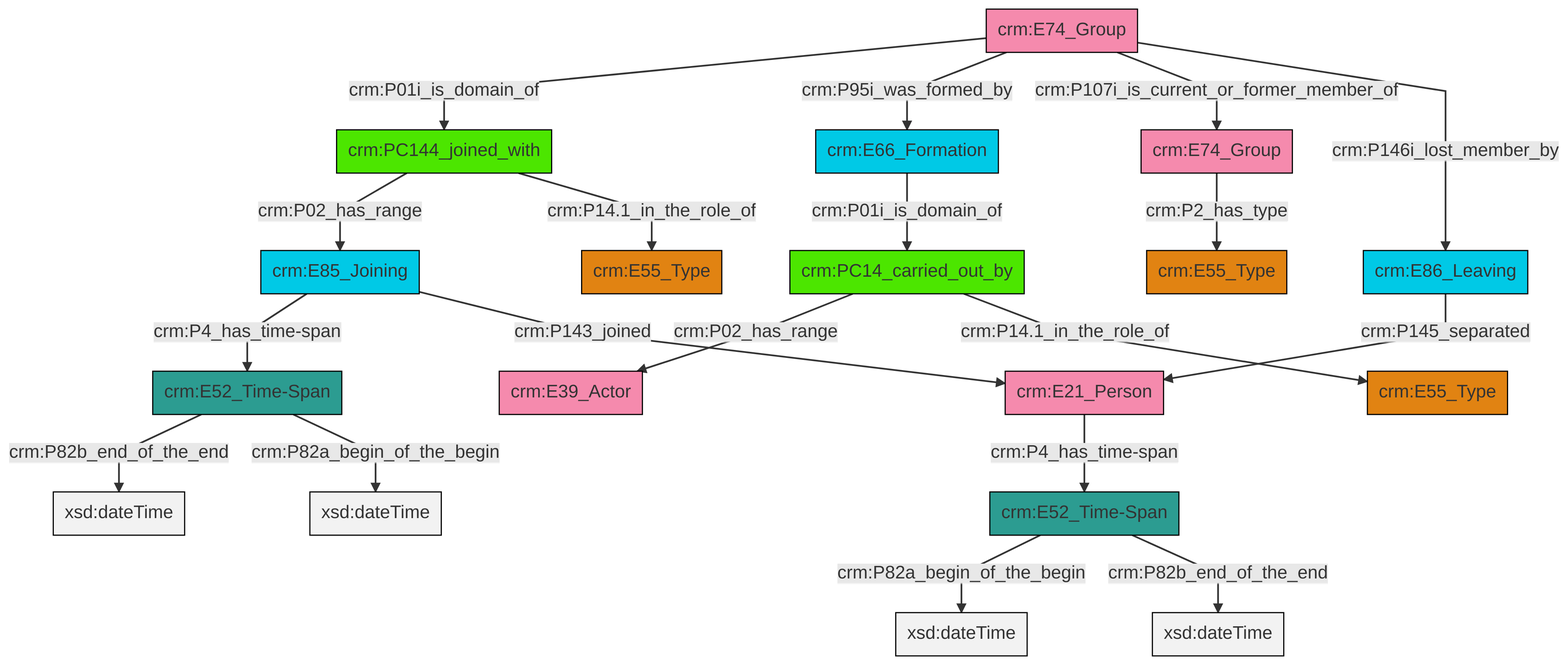
The Mermaid diagram et/groupCSV/ttl/mmd/png/group_actor_relations.png in swiss-art-research-net/docs.swissartresearch, before a commit. Its source is kept beside it as et/groupCSV/ttl/mmd/group_actor_relations.ttl.mmd. Its diagram source:
```mermaid
graph TD
classDef Literal fill:#f2f2f2,stroke:#000000;
classDef CRM_Entity fill:#FFFFFF,stroke:#000000;
classDef Temporal_Entity fill:#00C9E6, stroke:#000000;
classDef Type fill:#E18312, stroke:#000000;
classDef Time-Span fill:#2C9C91, stroke:#000000;
classDef Appellation fill:#FFEB7F, stroke:#000000;
classDef Place fill:#008836, stroke:#000000;
classDef Persistent_Item fill:#B266B2, stroke:#000000;
classDef Conceptual_Object fill:#FFD700, stroke:#000000;
classDef Physical_Thing fill:#D2B48C, stroke:#000000;
classDef Actor fill:#f58aad, stroke:#000000;
classDef PC_Classes fill:#4ce600, stroke:#000000;
classDef Multi fill:#cccccc,stroke:#000000;

2["crm:E21_Person"]:::Actor -->|crm:P4_has_time-span| 3["crm:E52_Time-Span"]:::Time-Span
4["crm:E74_Group"]:::Actor -->|crm:P01i_is_domain_of| 5["crm:PC144_joined_with"]:::PC_Classes
14["crm:E85_Joining"]:::Temporal_Entity -->|crm:P4_has_time-span| 15["crm:E52_Time-Span"]:::Time-Span
4["crm:E74_Group"]:::Actor -->|crm:P95i_was_formed_by| 18["crm:E66_Formation"]:::Temporal_Entity
15["crm:E52_Time-Span"]:::Time-Span -->|crm:P82b_end_of_the_end| 20[xsd:dateTime]:::Literal
12["crm:E86_Leaving"]:::Temporal_Entity -->|crm:P145_separated| 2["crm:E21_Person"]:::Actor
6["crm:PC14_carried_out_by"]:::PC_Classes -->|crm:P02_has_range| 8["crm:E39_Actor"]:::Actor
3["crm:E52_Time-Span"]:::Time-Span -->|crm:P82a_begin_of_the_begin| 22[xsd:dateTime]:::Literal
6["crm:PC14_carried_out_by"]:::PC_Classes -->|crm:P14.1_in_the_role_of| 0["crm:E55_Type"]:::Type
24["crm:E74_Group"]:::Actor -->|crm:P2_has_type| 25["crm:E55_Type"]:::Type
15["crm:E52_Time-Span"]:::Time-Span -->|crm:P82a_begin_of_the_begin| 28[xsd:dateTime]:::Literal
3["crm:E52_Time-Span"]:::Time-Span -->|crm:P82b_end_of_the_end| 29[xsd:dateTime]:::Literal
4["crm:E74_Group"]:::Actor -->|crm:P107i_is_current_or_former_member_of| 24["crm:E74_Group"]:::Actor
18["crm:E66_Formation"]:::Temporal_Entity -->|crm:P01i_is_domain_of| 6["crm:PC14_carried_out_by"]:::PC_Classes
5["crm:PC144_joined_with"]:::PC_Classes -->|crm:P02_has_range| 14["crm:E85_Joining"]:::Temporal_Entity
4["crm:E74_Group"]:::Actor -->|crm:P146i_lost_member_by| 12["crm:E86_Leaving"]:::Temporal_Entity
14["crm:E85_Joining"]:::Temporal_Entity -->|crm:P143_joined| 2["crm:E21_Person"]:::Actor
5["crm:PC144_joined_with"]:::PC_Classes -->|crm:P14.1_in_the_role_of| 10["crm:E55_Type"]:::Type
```
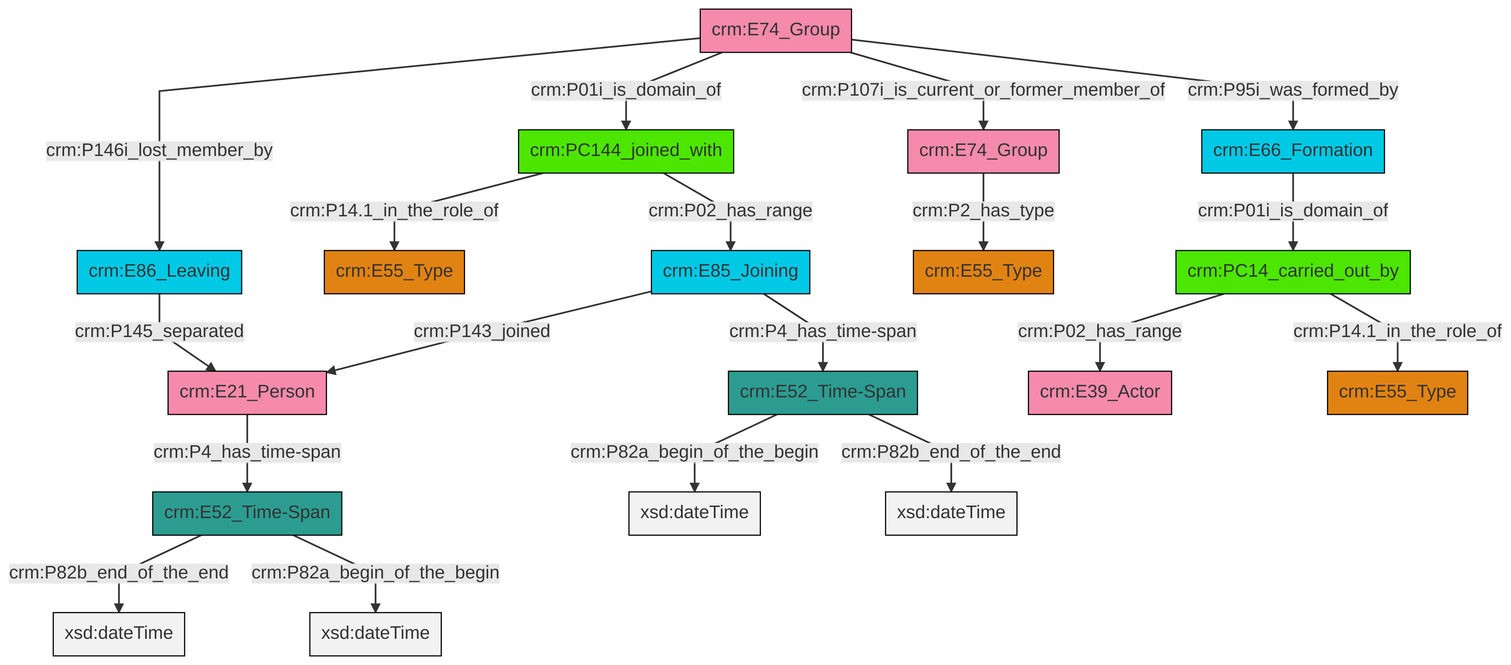
Above is the later version.

Change to the diagram source:
```diff
@@ -13,21 +13,21 @@
 classDef PC_Classes fill:#4ce600, stroke:#000000;
 classDef Multi fill:#cccccc,stroke:#000000;
 
+0["crm:E85_Joining"]:::Temporal_Entity -->|crm:P4_has_time-span| 1["crm:E52_Time-Span"]:::Time-Span
+0["crm:E85_Joining"]:::Temporal_Entity -->|crm:P143_joined| 2["crm:E21_Person"]:::Actor
+3["crm:E52_Time-Span"]:::Time-Span -->|crm:P82b_end_of_the_end| 4[xsd:dateTime]:::Literal
 2["crm:E21_Person"]:::Actor -->|crm:P4_has_time-span| 3["crm:E52_Time-Span"]:::Time-Span
-4["crm:E74_Group"]:::Actor -->|crm:P01i_is_domain_of| 5["crm:PC144_joined_with"]:::PC_Classes
-14["crm:E85_Joining"]:::Temporal_Entity -->|crm:P4_has_time-span| 15["crm:E52_Time-Span"]:::Time-Span
-4["crm:E74_Group"]:::Actor -->|crm:P95i_was_formed_by| 18["crm:E66_Formation"]:::Temporal_Entity
-15["crm:E52_Time-Span"]:::Time-Span -->|crm:P82b_end_of_the_end| 20[xsd:dateTime]:::Literal
-12["crm:E86_Leaving"]:::Temporal_Entity -->|crm:P145_separated| 2["crm:E21_Person"]:::Actor
-6["crm:PC14_carried_out_by"]:::PC_Classes -->|crm:P02_has_range| 8["crm:E39_Actor"]:::Actor
-3["crm:E52_Time-Span"]:::Time-Span -->|crm:P82a_begin_of_the_begin| 22[xsd:dateTime]:::Literal
-6["crm:PC14_carried_out_by"]:::PC_Classes -->|crm:P14.1_in_the_role_of| 0["crm:E55_Type"]:::Type
-24["crm:E74_Group"]:::Actor -->|crm:P2_has_type| 25["crm:E55_Type"]:::Type
-15["crm:E52_Time-Span"]:::Time-Span -->|crm:P82a_begin_of_the_begin| 28[xsd:dateTime]:::Literal
-3["crm:E52_Time-Span"]:::Time-Span -->|crm:P82b_end_of_the_end| 29[xsd:dateTime]:::Literal
-4["crm:E74_Group"]:::Actor -->|crm:P107i_is_current_or_former_member_of| 24["crm:E74_Group"]:::Actor
-18["crm:E66_Formation"]:::Temporal_Entity -->|crm:P01i_is_domain_of| 6["crm:PC14_carried_out_by"]:::PC_Classes
-5["crm:PC144_joined_with"]:::PC_Classes -->|crm:P02_has_range| 14["crm:E85_Joining"]:::Temporal_Entity
-4["crm:E74_Group"]:::Actor -->|crm:P146i_lost_member_by| 12["crm:E86_Leaving"]:::Temporal_Entity
-14["crm:E85_Joining"]:::Temporal_Entity -->|crm:P143_joined| 2["crm:E21_Person"]:::Actor
-5["crm:PC144_joined_with"]:::PC_Classes -->|crm:P14.1_in_the_role_of| 10["crm:E55_Type"]:::Type
+1["crm:E52_Time-Span"]:::Time-Span -->|crm:P82a_begin_of_the_begin| 11[xsd:dateTime]:::Literal
+12["crm:E74_Group"]:::Actor -->|crm:P01i_is_domain_of| 13["crm:PC144_joined_with"]:::PC_Classes
+15["crm:PC14_carried_out_by"]:::PC_Classes -->|crm:P02_has_range| 7["crm:E39_Actor"]:::Actor
+13["crm:PC144_joined_with"]:::PC_Classes -->|crm:P02_has_range| 0["crm:E85_Joining"]:::Temporal_Entity
+19["crm:E86_Leaving"]:::Temporal_Entity -->|crm:P145_separated| 2["crm:E21_Person"]:::Actor
+21["crm:E66_Formation"]:::Temporal_Entity -->|crm:P01i_is_domain_of| 15["crm:PC14_carried_out_by"]:::PC_Classes
+9["crm:E74_Group"]:::Actor -->|crm:P2_has_type| 17["crm:E55_Type"]:::Type
+15["crm:PC14_carried_out_by"]:::PC_Classes -->|crm:P14.1_in_the_role_of| 25["crm:E55_Type"]:::Type
+12["crm:E74_Group"]:::Actor -->|crm:P95i_was_formed_by| 21["crm:E66_Formation"]:::Temporal_Entity
+12["crm:E74_Group"]:::Actor -->|crm:P107i_is_current_or_former_member_of| 9["crm:E74_Group"]:::Actor
+12["crm:E74_Group"]:::Actor -->|crm:P146i_lost_member_by| 19["crm:E86_Leaving"]:::Temporal_Entity
+13["crm:PC144_joined_with"]:::PC_Classes -->|crm:P14.1_in_the_role_of| 5["crm:E55_Type"]:::Type
+3["crm:E52_Time-Span"]:::Time-Span -->|crm:P82a_begin_of_the_begin| 32[xsd:dateTime]:::Literal
+1["crm:E52_Time-Span"]:::Time-Span -->|crm:P82b_end_of_the_end| 33[xsd:dateTime]:::Literal
```
